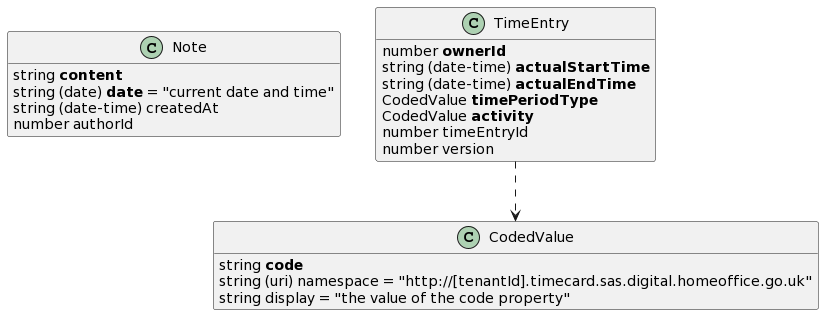
Above: docs/images/payload-model.png in UKHomeOffice/callisto-timecard-restapi (PlantUML), before the change.
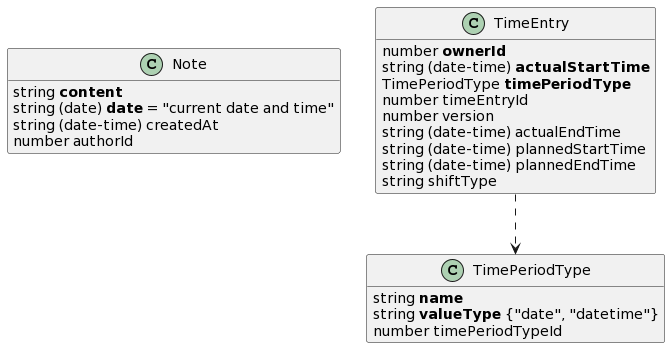
Above is the later version.

Diff of the diagram source:
```diff
@@ -12,10 +12,10 @@
 
 
 
-class CodedValue {
-    {field} string <b>code</b>
-    {field} string (uri) namespace = "http://[tenantId].timecard.sas.digital.homeoffice.go.uk"
-    {field} string display = "the value of the code property"
+class TimePeriodType {
+    {field} string <b>name</b>
+    {field} string <b>valueType</b> {"date", "datetime"}
+    {field} number timePeriodTypeId
 }
 
 
@@ -23,12 +23,14 @@
 class TimeEntry {
     {field} number <b>ownerId</b>
     {field} string (date-time) <b>actualStartTime</b>
-    {field} string (date-time) <b>actualEndTime</b>
-    {field} CodedValue <b>timePeriodType</b>
-    {field} CodedValue <b>activity</b>
+    {field} TimePeriodType <b>timePeriodType</b>
     {field} number timeEntryId
     {field} number version
+    {field} string (date-time) actualEndTime
+    {field} string (date-time) plannedStartTime
+    {field} string (date-time) plannedEndTime
+    {field} string shiftType
 }
 
-TimeEntry ..> CodedValue
+TimeEntry ..> TimePeriodType
 @enduml
```
